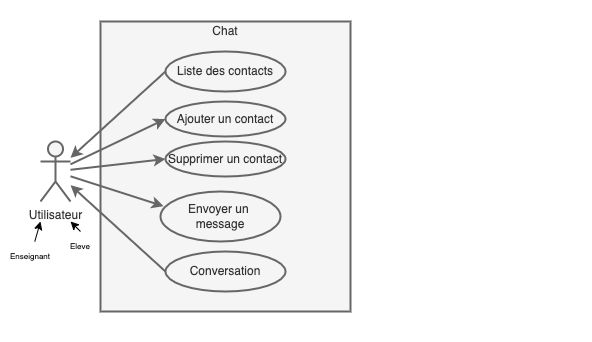
TanguyLunais-Robin/TestTest2020 keeps this draw.io diagram as chat-usage.drawio.png. Above is the earlier version. Source tidied: cells renumbered, new cells last; positions are measured from the earlier drawing's top-left corner, leaving out a move shared by most shapes. Its diagram source:
```xml
<mxGraphModel>
  <root>
    <mxCell id="0" />
    <mxCell id="1" parent="0" />
    <mxCell id="2" style="rounded=0;whiteSpace=wrap;html=1;strokeWidth=2;fillColor=#FFFFFF;strokeColor=none;" parent="1" vertex="1">
      <mxGeometry x="10" width="580" height="340" as="geometry" />
    </mxCell>
    <mxCell id="3" style="rounded=0;whiteSpace=wrap;html=1;strokeWidth=2;fillColor=#f5f5f5;strokeColor=#666666;fontColor=#333333;" parent="1" vertex="1">
      <mxGeometry x="100" y="20" width="250" height="290" as="geometry" />
    </mxCell>
    <mxCell id="4" style="rounded=0;jettySize=auto;html=1;strokeWidth=2;fillColor=#f5f5f5;strokeColor=#666666;exitX=0;exitY=0.5;exitDx=0;exitDy=0;labelBackgroundColor=#666666;fontColor=#F0F0F0;" parent="1" edge="1" source="8" target="6">
      <mxGeometry relative="1" as="geometry" />
    </mxCell>
    <mxCell id="5" style="rounded=0;jettySize=auto;html=1;strokeWidth=2;fillColor=#f5f5f5;strokeColor=#666666;entryX=0;entryY=0.5;entryDx=0;entryDy=0;" parent="1" edge="1" source="6" target="9">
      <mxGeometry relative="1" as="geometry" />
    </mxCell>
    <mxCell id="6" value="Utilisateur" style="shape=umlActor;verticalLabelPosition=bottom;verticalAlign=top;html=1;outlineConnect=0;strokeWidth=2;fillColor=#f5f5f5;strokeColor=#666666;fontColor=#333333;" parent="1" vertex="1">
      <mxGeometry x="40" y="140" width="30" height="60" as="geometry" />
    </mxCell>
    <mxCell id="7" value="Chat" style="text;html=1;align=center;verticalAlign=middle;whiteSpace=wrap;rounded=0;strokeWidth=2;fontColor=#333333;" parent="1" vertex="1">
      <mxGeometry x="160" y="20" width="130" height="20" as="geometry" />
    </mxCell>
    <mxCell id="8" value="Liste des contacts" style="ellipse;whiteSpace=wrap;html=1;strokeWidth=2;fillColor=#f5f5f5;strokeColor=#666666;fontColor=#333333;" parent="1" vertex="1">
      <mxGeometry x="165" y="50" width="120" height="40" as="geometry" />
    </mxCell>
    <mxCell id="9" value="Ajouter un contact" style="ellipse;whiteSpace=wrap;html=1;strokeWidth=2;fillColor=#f5f5f5;strokeColor=#666666;fontColor=#333333;" parent="1" vertex="1">
      <mxGeometry x="165" y="100" width="120" height="35" as="geometry" />
    </mxCell>
    <mxCell id="10" value="Envoyer un &lt;br&gt;message" style="ellipse;whiteSpace=wrap;html=1;strokeWidth=2;fillColor=#f5f5f5;strokeColor=#666666;fontColor=#333333;" parent="1" vertex="1">
      <mxGeometry x="160" y="190" width="120" height="50" as="geometry" />
    </mxCell>
    <mxCell id="11" style="rounded=0;jettySize=auto;html=1;strokeWidth=2;fillColor=#f5f5f5;strokeColor=#666666;entryX=0.026;entryY=0.294;entryDx=0;entryDy=0;entryPerimeter=0;" parent="1" edge="1" source="6" target="10">
      <mxGeometry relative="1" as="geometry" />
    </mxCell>
    <mxCell id="12" value="Supprimer un contact" style="ellipse;whiteSpace=wrap;html=1;strokeWidth=2;fillColor=#f5f5f5;strokeColor=#666666;fontColor=#333333;" parent="1" vertex="1">
      <mxGeometry x="165" y="140" width="120" height="35" as="geometry" />
    </mxCell>
    <mxCell id="13" style="rounded=0;jettySize=auto;html=1;strokeWidth=2;fillColor=#f5f5f5;strokeColor=#666666;entryX=0;entryY=0.5;entryDx=0;entryDy=0;" parent="1" edge="1" source="6" target="12">
      <mxGeometry relative="1" as="geometry" />
    </mxCell>
    <mxCell id="14" value="Conversation" style="ellipse;whiteSpace=wrap;html=1;strokeWidth=2;fillColor=#f5f5f5;strokeColor=#666666;fontColor=#333333;" parent="1" vertex="1">
      <mxGeometry x="165" y="250" width="120" height="40" as="geometry" />
    </mxCell>
    <mxCell id="15" style="rounded=0;jettySize=auto;html=1;strokeWidth=2;fillColor=#f5f5f5;strokeColor=#666666;exitX=0;exitY=0.5;exitDx=0;exitDy=0;labelBackgroundColor=#666666;fontColor=#F0F0F0;" parent="1" edge="1" source="14" target="6">
      <mxGeometry relative="1" as="geometry" />
    </mxCell>
    <mxCell id="16" style="endArrow=classic;html=1;rounded=0;fontSize=8;startArrow=none;" parent="1" edge="1" source="17">
      <mxGeometry relative="1" as="geometry">
        <mxPoint x="40" y="220" as="targetPoint" />
      </mxGeometry>
    </mxCell>
    <mxCell id="17" value="Enseignant" style="text;html=1;strokeColor=none;fillColor=none;align=center;verticalAlign=middle;whiteSpace=wrap;rounded=0;fontSize=8;" parent="1" vertex="1">
      <mxGeometry y="240" width="60" height="30" as="geometry" />
    </mxCell>
    <mxCell id="18" style="endArrow=classic;html=1;rounded=0;fontSize=8;startArrow=none;" parent="1" edge="1">
      <mxGeometry relative="1" as="geometry">
        <mxPoint x="80" y="230" as="sourcePoint" />
        <mxPoint x="70" y="220" as="targetPoint" />
      </mxGeometry>
    </mxCell>
    <mxCell id="19" value="Eleve" style="text;html=1;strokeColor=none;fillColor=none;align=center;verticalAlign=middle;whiteSpace=wrap;rounded=0;fontSize=8;" parent="1" vertex="1">
      <mxGeometry x="50" y="230" width="60" height="30" as="geometry" />
    </mxCell>
  </root>
</mxGraphModel>
```
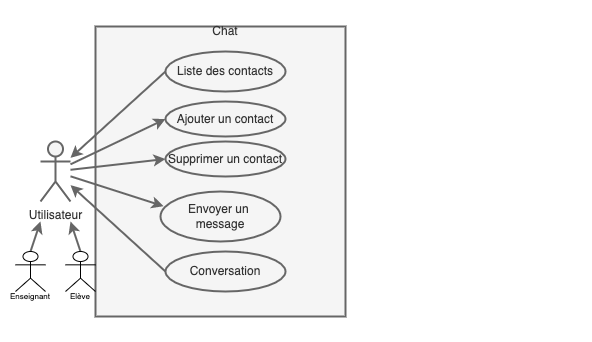
Above is the later version.

What changed in the source:
```diff
@@ -6,7 +6,7 @@
       <mxGeometry x="10" width="580" height="340" as="geometry" />
     </mxCell>
     <mxCell id="3" style="rounded=0;whiteSpace=wrap;html=1;strokeWidth=2;fillColor=#f5f5f5;strokeColor=#666666;fontColor=#333333;" parent="1" vertex="1">
-      <mxGeometry x="100" y="20" width="250" height="290" as="geometry" />
+      <mxGeometry x="95" y="25" width="250" height="290" as="geometry" />
     </mxCell>
     <mxCell id="4" style="rounded=0;jettySize=auto;html=1;strokeWidth=2;fillColor=#f5f5f5;strokeColor=#666666;exitX=0;exitY=0.5;exitDx=0;exitDy=0;labelBackgroundColor=#666666;fontColor=#F0F0F0;" parent="1" edge="1" source="8" target="6">
       <mxGeometry relative="1" as="geometry" />
@@ -44,22 +44,29 @@
     <mxCell id="15" style="rounded=0;jettySize=auto;html=1;strokeWidth=2;fillColor=#f5f5f5;strokeColor=#666666;exitX=0;exitY=0.5;exitDx=0;exitDy=0;labelBackgroundColor=#666666;fontColor=#F0F0F0;" parent="1" edge="1" source="14" target="6">
       <mxGeometry relative="1" as="geometry" />
     </mxCell>
-    <mxCell id="16" style="endArrow=classic;html=1;rounded=0;fontSize=8;startArrow=none;" parent="1" edge="1" source="17">
-      <mxGeometry relative="1" as="geometry">
-        <mxPoint x="40" y="220" as="targetPoint" />
-      </mxGeometry>
-    </mxCell>
     <mxCell id="17" value="Enseignant" style="text;html=1;strokeColor=none;fillColor=none;align=center;verticalAlign=middle;whiteSpace=wrap;rounded=0;fontSize=8;" parent="1" vertex="1">
-      <mxGeometry y="240" width="60" height="30" as="geometry" />
+      <mxGeometry y="280" width="60" height="30" as="geometry" />
     </mxCell>
-    <mxCell id="18" style="endArrow=classic;html=1;rounded=0;fontSize=8;startArrow=none;" parent="1" edge="1">
-      <mxGeometry relative="1" as="geometry">
-        <mxPoint x="80" y="230" as="sourcePoint" />
-        <mxPoint x="70" y="220" as="targetPoint" />
-      </mxGeometry>
-    </mxCell>
-    <mxCell id="19" value="Eleve" style="text;html=1;strokeColor=none;fillColor=none;align=center;verticalAlign=middle;whiteSpace=wrap;rounded=0;fontSize=8;" parent="1" vertex="1">
-      <mxGeometry x="50" y="230" width="60" height="30" as="geometry" />
+    <mxCell id="19" value="Elève" style="text;html=1;strokeColor=none;fillColor=none;align=center;verticalAlign=middle;whiteSpace=wrap;rounded=0;fontSize=8;" parent="1" vertex="1">
+      <mxGeometry x="50" y="280" width="60" height="30" as="geometry" />
     </mxCell>
+    <mxCell id="20" style="rounded=0;orthogonalLoop=1;jettySize=auto;html=1;strokeWidth=2;fillColor=#f5f5f5;strokeColor=#666666;exitX=0;exitY=0.5;exitDx=0;exitDy=0;labelBackgroundColor=#666666;fontColor=#F0F0F0;" parent="1" edge="1">
+      <mxGeometry relative="1" as="geometry">
+        <mxPoint x="80" y="250" as="sourcePoint" />
+        <mxPoint x="70" y="220" as="targetPoint" />
+      </mxGeometry>
+    </mxCell>
+    <mxCell id="21" style="rounded=0;orthogonalLoop=1;jettySize=auto;html=1;strokeWidth=2;fillColor=#f5f5f5;strokeColor=#666666;exitX=0;exitY=0.5;exitDx=0;exitDy=0;labelBackgroundColor=#666666;fontColor=#F0F0F0;" parent="1" edge="1">
+      <mxGeometry relative="1" as="geometry">
+        <mxPoint x="30" y="250" as="sourcePoint" />
+        <mxPoint x="40" y="220" as="targetPoint" />
+      </mxGeometry>
+    </mxCell>
+    <mxCell id="22" style="shape=umlActor;verticalLabelPosition=bottom;verticalAlign=top;html=1;" parent="1" vertex="1">
+      <mxGeometry x="15" y="250" width="30" height="40" as="geometry" />
+    </mxCell>
+    <mxCell id="23" style="shape=umlActor;verticalLabelPosition=bottom;verticalAlign=top;html=1;" parent="1" vertex="1">
+      <mxGeometry x="65" y="250" width="30" height="40" as="geometry" />
+    </mxCell>
   </root>
 </mxGraphModel>
```
